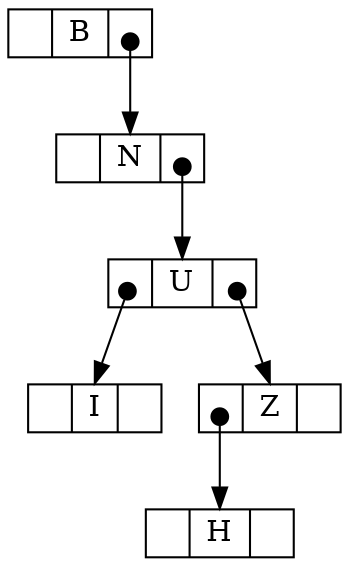
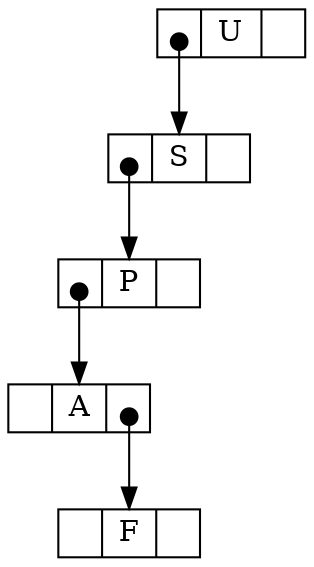
digraph tree {
  splines=false
  node [shape=record,height=.1]
  edge [tailclip=false, arrowtail=dot, dir=both];

-   n788625466 [label="<left> | <key> B | <right>"];
-   n788625466:right:c -> n1753714541:key;
-   n1753714541 [label="<left> | <key> N | <right>"];
-   n1753714541:right:c -> n1095273238:key;
-   n1095273238 [label="<left> | <key> U | <right>"];
-   n1095273238:left:c -> n177140066:key;
-   n177140066 [label="<left> | <key> I | <right>"];
-   n1095273238:right:c -> n787122337:key;
-   n787122337 [label="<left> | <key> Z | <right>"];
-   n787122337:left:c -> n2059572982:key;
-   n2059572982 [label="<left> | <key> H | <right>"];
+   n195801026 [label="<left> | <key> U | <right>"];
+   n195801026:left:c -> n833474933:key;
+   n833474933 [label="<left> | <key> S | <right>"];
+   n833474933:left:c -> n182670350:key;
+   n182670350 [label="<left> | <key> P | <right>"];
+   n182670350:left:c -> n1611373863:key;
+   n1611373863 [label="<left> | <key> A | <right>"];
+   n1611373863:right:c -> n914942811:key;
+   n914942811 [label="<left> | <key> F | <right>"];

}
